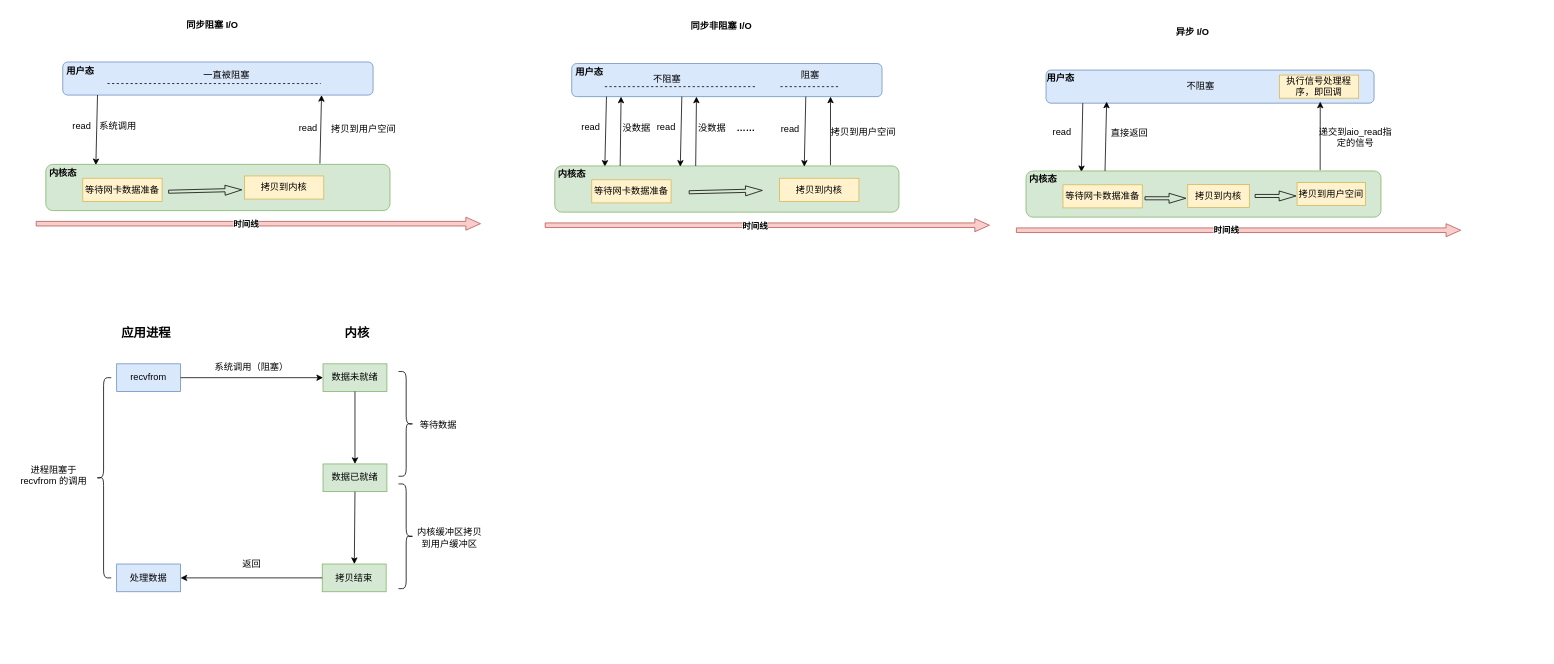
The draw.io diagram blog/IO.drawio in began-zhao/studydraw, before the edit. Source tidied: cells renumbered, new cells numbered last; positions are measured from the earlier drawing's top-left corner, leaving out a move shared by most shapes. Both pictures are drawn from the tidied source at 77%, with x=0, y=0 at pixel (13, 13).
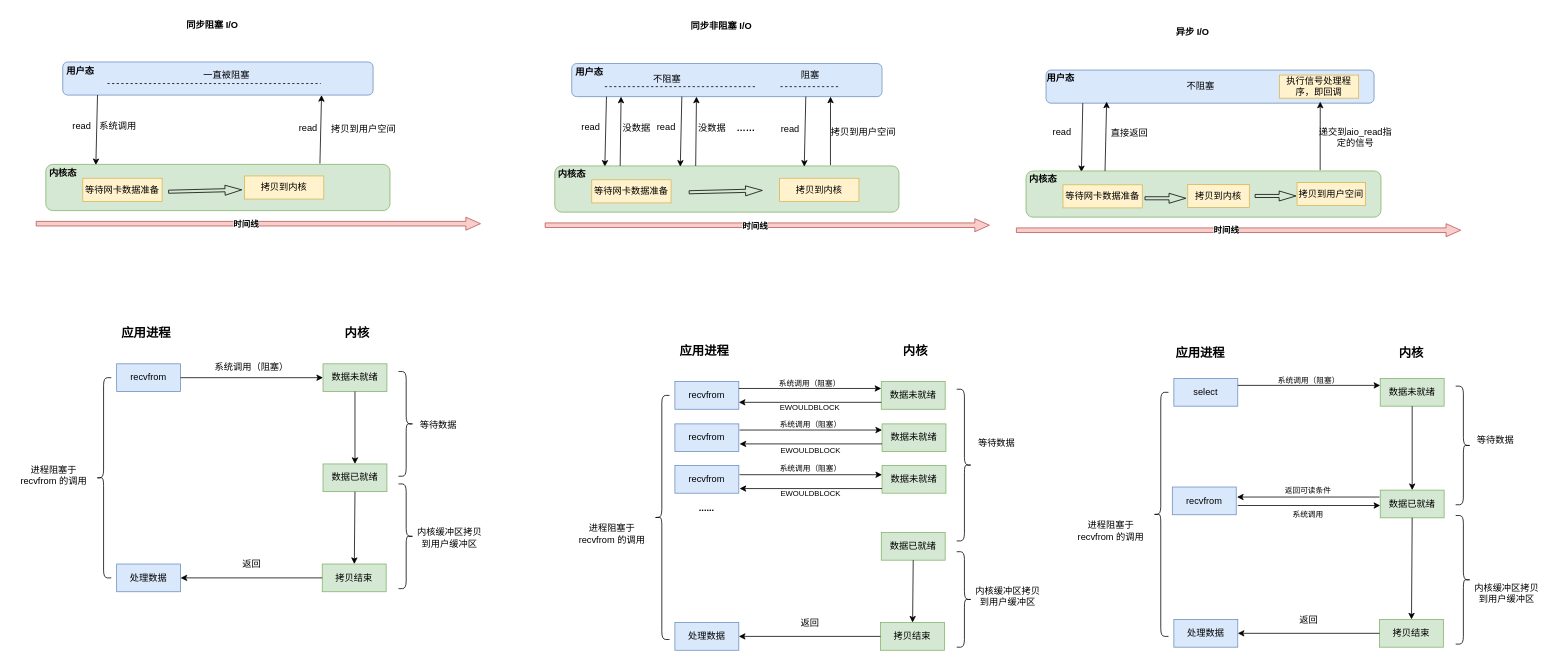
The same diagram, later.

The edit, as a diff of the source:
```diff
@@
+    <mxCell id="89" value="recvfrom" style="rounded=0;whiteSpace=wrap;html=1;fillColor=#dae8fc;strokeColor=#6c8ebf;" parent="1" vertex="1">
+      <mxGeometry x="859" y="478" width="83" height="36" as="geometry" />
+    </mxCell>
+    <mxCell id="90" value="数据未就绪" style="rounded=0;whiteSpace=wrap;html=1;fillColor=#d5e8d4;strokeColor=#82b366;" parent="1" vertex="1">
+      <mxGeometry x="1127" y="478" width="83" height="36" as="geometry" />
+    </mxCell>
+    <mxCell id="91" value="数据已就绪" style="rounded=0;whiteSpace=wrap;html=1;fillColor=#d5e8d4;strokeColor=#82b366;" parent="1" vertex="1">
+      <mxGeometry x="1127" y="674" width="83" height="36" as="geometry" />
+    </mxCell>
+    <mxCell id="92" value="拷贝结束" style="rounded=0;whiteSpace=wrap;html=1;fillColor=#d5e8d4;strokeColor=#82b366;" parent="1" vertex="1">
+      <mxGeometry x="1126" y="791" width="83" height="36" as="geometry" />
+    </mxCell>
+    <mxCell id="93" value="处理数据" style="rounded=0;whiteSpace=wrap;html=1;fillColor=#dae8fc;strokeColor=#6c8ebf;" parent="1" vertex="1">
+      <mxGeometry x="859" y="791" width="83" height="36" as="geometry" />
+    </mxCell>
+    <mxCell id="94" style="shape=curlyBracket;whiteSpace=wrap;html=1;rounded=1;flipH=1;labelPosition=right;verticalLabelPosition=middle;align=left;verticalAlign=middle;" parent="1" vertex="1">
+      <mxGeometry x="1225" y="488" width="20" height="197" as="geometry" />
+    </mxCell>
+    <mxCell id="95" value="等待数据" style="text;html=1;align=center;verticalAlign=middle;whiteSpace=wrap;rounded=0;" parent="1" vertex="1">
+      <mxGeometry x="1247" y="543" width="60" height="30" as="geometry" />
+    </mxCell>
+    <mxCell id="96" value="应用进程" style="text;strokeColor=none;fillColor=none;html=1;fontSize=16;fontStyle=1;verticalAlign=middle;align=center;" parent="1" vertex="1">
+      <mxGeometry x="845" y="418" width="104" height="40" as="geometry" />
+    </mxCell>
+    <mxCell id="97" value="内核" style="text;strokeColor=none;fillColor=none;html=1;fontSize=16;fontStyle=1;verticalAlign=middle;align=center;" parent="1" vertex="1">
+      <mxGeometry x="1119" y="418" width="104" height="40" as="geometry" />
+    </mxCell>
+    <mxCell id="98" style="endArrow=classic;html=1;rounded=0;exitX=1;exitY=0.5;exitDx=0;exitDy=0;entryX=0;entryY=0.5;entryDx=0;entryDy=0;" parent="1" edge="1">
+      <mxGeometry relative="1" as="geometry">
+        <mxPoint x="942" y="487" as="sourcePoint" />
+        <mxPoint x="1127" y="487" as="targetPoint" />
+      </mxGeometry>
+    </mxCell>
+    <mxCell id="99" value="系统调用（阻塞）" style="text;html=1;align=center;verticalAlign=middle;whiteSpace=wrap;rounded=0;fontSize=10;" parent="1" vertex="1">
+      <mxGeometry x="982" y="469" width="105" height="22" as="geometry" />
+    </mxCell>
+    <mxCell id="100" style="endArrow=classic;html=1;rounded=0;exitX=0;exitY=0.5;exitDx=0;exitDy=0;entryX=1;entryY=0.5;entryDx=0;entryDy=0;" parent="1" edge="1" source="92" target="93">
+      <mxGeometry relative="1" as="geometry" />
+    </mxCell>
+    <mxCell id="101" value="返回" style="text;html=1;align=center;verticalAlign=middle;whiteSpace=wrap;rounded=0;" parent="1" vertex="1">
+      <mxGeometry x="982" y="777" width="105" height="30" as="geometry" />
+    </mxCell>
+    <mxCell id="102" style="shape=curlyBracket;whiteSpace=wrap;html=1;rounded=1;flipH=1;labelPosition=right;verticalLabelPosition=middle;align=left;verticalAlign=middle;" parent="1" vertex="1">
+      <mxGeometry x="1225" y="699" width="20" height="124" as="geometry" />
+    </mxCell>
+    <mxCell id="103" value="内核缓冲区拷贝到用户缓冲区" style="text;html=1;align=center;verticalAlign=middle;whiteSpace=wrap;rounded=0;" parent="1" vertex="1">
+      <mxGeometry x="1247" y="742" width="89" height="30" as="geometry" />
+    </mxCell>
+    <mxCell id="104" style="shape=curlyBracket;whiteSpace=wrap;html=1;rounded=1;labelPosition=left;verticalLabelPosition=middle;align=right;verticalAlign=middle;" parent="1" vertex="1">
+      <mxGeometry x="832" y="496" width="20" height="317" as="geometry" />
+    </mxCell>
+    <mxCell id="105" value="进程阻塞于&lt;div&gt;recvfrom 的调用&lt;/div&gt;" style="text;html=1;align=center;verticalAlign=middle;whiteSpace=wrap;rounded=0;" parent="1" vertex="1">
+      <mxGeometry x="725" y="661" width="105" height="30" as="geometry" />
+    </mxCell>
+    <mxCell id="106" style="endArrow=classic;html=1;rounded=0;exitX=0.5;exitY=1;exitDx=0;exitDy=0;" parent="1" edge="1" source="91" target="92">
+      <mxGeometry relative="1" as="geometry" />
+    </mxCell>
+    <mxCell id="107" value="recvfrom" style="rounded=0;whiteSpace=wrap;html=1;fillColor=#dae8fc;strokeColor=#6c8ebf;" parent="1" vertex="1">
+      <mxGeometry x="859" y="587" width="83" height="36" as="geometry" />
+    </mxCell>
+    <mxCell id="108" value="recvfrom" style="rounded=0;whiteSpace=wrap;html=1;fillColor=#dae8fc;strokeColor=#6c8ebf;" parent="1" vertex="1">
+      <mxGeometry x="859" y="533" width="83" height="36" as="geometry" />
+    </mxCell>
+    <mxCell id="109" value="数据未就绪" style="rounded=0;whiteSpace=wrap;html=1;fillColor=#d5e8d4;strokeColor=#82b366;" parent="1" vertex="1">
+      <mxGeometry x="1128" y="533" width="83" height="36" as="geometry" />
+    </mxCell>
+    <mxCell id="110" value="数据未就绪" style="rounded=0;whiteSpace=wrap;html=1;fillColor=#d5e8d4;strokeColor=#82b366;" parent="1" vertex="1">
+      <mxGeometry x="1128" y="587" width="83" height="36" as="geometry" />
+    </mxCell>
+    <mxCell id="111" value="......" style="text;html=1;align=center;verticalAlign=middle;whiteSpace=wrap;rounded=0;fontStyle=1;" parent="1" vertex="1">
+      <mxGeometry x="848" y="628" width="105" height="30" as="geometry" />
+    </mxCell>
+    <mxCell id="112" style="endArrow=classic;html=1;rounded=0;entryX=1;entryY=0.75;entryDx=0;entryDy=0;exitX=0;exitY=0.75;exitDx=0;exitDy=0;" parent="1" edge="1" source="90" target="89">
+      <mxGeometry relative="1" as="geometry" />
+    </mxCell>
+    <mxCell id="113" value="EWOULDBLOCK" style="text;html=1;align=center;verticalAlign=middle;whiteSpace=wrap;rounded=0;fontSize=10;" parent="1" vertex="1">
+      <mxGeometry x="982" y="500" width="105" height="24" as="geometry" />
+    </mxCell>
+    <mxCell id="114" style="endArrow=classic;html=1;rounded=0;exitX=1;exitY=0.5;exitDx=0;exitDy=0;entryX=0;entryY=0.5;entryDx=0;entryDy=0;" parent="1" edge="1">
+      <mxGeometry relative="1" as="geometry">
+        <mxPoint x="943" y="541" as="sourcePoint" />
+        <mxPoint x="1128" y="541" as="targetPoint" />
+      </mxGeometry>
+    </mxCell>
+    <mxCell id="115" value="系统调用（阻塞）" style="text;html=1;align=center;verticalAlign=middle;whiteSpace=wrap;rounded=0;fontSize=10;" parent="1" vertex="1">
+      <mxGeometry x="983" y="522" width="105" height="22" as="geometry" />
+    </mxCell>
+    <mxCell id="116" style="endArrow=classic;html=1;rounded=0;entryX=1;entryY=0.75;entryDx=0;entryDy=0;exitX=0;exitY=0.75;exitDx=0;exitDy=0;" parent="1" edge="1">
+      <mxGeometry relative="1" as="geometry">
+        <mxPoint x="1128" y="559" as="sourcePoint" />
+        <mxPoint x="943" y="559" as="targetPoint" />
+      </mxGeometry>
+    </mxCell>
+    <mxCell id="117" value="EWOULDBLOCK" style="text;html=1;align=center;verticalAlign=middle;whiteSpace=wrap;rounded=0;fontSize=10;" parent="1" vertex="1">
+      <mxGeometry x="983" y="555" width="105" height="24" as="geometry" />
+    </mxCell>
+    <mxCell id="118" style="endArrow=classic;html=1;rounded=0;exitX=1;exitY=0.5;exitDx=0;exitDy=0;entryX=0;entryY=0.5;entryDx=0;entryDy=0;" parent="1" edge="1">
+      <mxGeometry relative="1" as="geometry">
+        <mxPoint x="943" y="599" as="sourcePoint" />
+        <mxPoint x="1128" y="599" as="targetPoint" />
+      </mxGeometry>
+    </mxCell>
+    <mxCell id="119" value="系统调用（阻塞）" style="text;html=1;align=center;verticalAlign=middle;whiteSpace=wrap;rounded=0;fontSize=10;" parent="1" vertex="1">
+      <mxGeometry x="983" y="580" width="105" height="22" as="geometry" />
+    </mxCell>
+    <mxCell id="120" style="endArrow=classic;html=1;rounded=0;entryX=1;entryY=0.75;entryDx=0;entryDy=0;exitX=0;exitY=0.75;exitDx=0;exitDy=0;" parent="1" edge="1">
+      <mxGeometry relative="1" as="geometry">
+        <mxPoint x="1128" y="617" as="sourcePoint" />
+        <mxPoint x="943" y="617" as="targetPoint" />
+      </mxGeometry>
+    </mxCell>
+    <mxCell id="121" value="EWOULDBLOCK" style="text;html=1;align=center;verticalAlign=middle;whiteSpace=wrap;rounded=0;fontSize=10;" parent="1" vertex="1">
+      <mxGeometry x="982.5" y="611" width="105" height="24" as="geometry" />
+    </mxCell>
+    <mxCell id="122" value="select" style="rounded=0;whiteSpace=wrap;html=1;fillColor=#dae8fc;strokeColor=#6c8ebf;" parent="1" vertex="1">
+      <mxGeometry x="1507" y="474" width="83" height="36" as="geometry" />
+    </mxCell>
+    <mxCell id="123" value="数据未就绪" style="rounded=0;whiteSpace=wrap;html=1;fillColor=#d5e8d4;strokeColor=#82b366;" parent="1" vertex="1">
+      <mxGeometry x="1775" y="474" width="83" height="36" as="geometry" />
+    </mxCell>
+    <mxCell id="124" value="数据已就绪" style="rounded=0;whiteSpace=wrap;html=1;fillColor=#d5e8d4;strokeColor=#82b366;" parent="1" vertex="1">
+      <mxGeometry x="1775" y="619" width="83" height="36" as="geometry" />
+    </mxCell>
+    <mxCell id="125" value="拷贝结束" style="rounded=0;whiteSpace=wrap;html=1;fillColor=#d5e8d4;strokeColor=#82b366;" parent="1" vertex="1">
+      <mxGeometry x="1774" y="787" width="83" height="36" as="geometry" />
+    </mxCell>
+    <mxCell id="126" value="处理数据" style="rounded=0;whiteSpace=wrap;html=1;fillColor=#dae8fc;strokeColor=#6c8ebf;" parent="1" vertex="1">
+      <mxGeometry x="1507" y="787" width="83" height="36" as="geometry" />
+    </mxCell>
+    <mxCell id="127" style="shape=curlyBracket;whiteSpace=wrap;html=1;rounded=1;flipH=1;labelPosition=right;verticalLabelPosition=middle;align=left;verticalAlign=middle;" parent="1" vertex="1">
+      <mxGeometry x="1873" y="484" width="20" height="154" as="geometry" />
+    </mxCell>
+    <mxCell id="128" value="等待数据" style="text;html=1;align=center;verticalAlign=middle;whiteSpace=wrap;rounded=0;" parent="1" vertex="1">
+      <mxGeometry x="1895" y="539" width="60" height="30" as="geometry" />
+    </mxCell>
+    <mxCell id="129" style="endArrow=classic;html=1;rounded=0;exitX=1;exitY=0.5;exitDx=0;exitDy=0;entryX=0;entryY=0.5;entryDx=0;entryDy=0;" parent="1" edge="1">
+      <mxGeometry relative="1" as="geometry">
+        <mxPoint x="1590" y="483" as="sourcePoint" />
+        <mxPoint x="1775" y="483" as="targetPoint" />
+      </mxGeometry>
+    </mxCell>
+    <mxCell id="130" value="系统调用（阻塞）" style="text;html=1;align=center;verticalAlign=middle;whiteSpace=wrap;rounded=0;fontSize=10;" parent="1" vertex="1">
+      <mxGeometry x="1630" y="465" width="105" height="22" as="geometry" />
+    </mxCell>
+    <mxCell id="131" style="endArrow=classic;html=1;rounded=0;exitX=0;exitY=0.5;exitDx=0;exitDy=0;entryX=1;entryY=0.5;entryDx=0;entryDy=0;" parent="1" edge="1" source="125" target="126">
+      <mxGeometry relative="1" as="geometry" />
+    </mxCell>
+    <mxCell id="132" value="返回" style="text;html=1;align=center;verticalAlign=middle;whiteSpace=wrap;rounded=0;" parent="1" vertex="1">
+      <mxGeometry x="1630" y="773" width="105" height="30" as="geometry" />
+    </mxCell>
+    <mxCell id="133" style="shape=curlyBracket;whiteSpace=wrap;html=1;rounded=1;flipH=1;labelPosition=right;verticalLabelPosition=middle;align=left;verticalAlign=middle;" parent="1" vertex="1">
+      <mxGeometry x="1873" y="652" width="20" height="167" as="geometry" />
+    </mxCell>
+    <mxCell id="134" value="内核缓冲区拷贝到用户缓冲区" style="text;html=1;align=center;verticalAlign=middle;whiteSpace=wrap;rounded=0;" parent="1" vertex="1">
+      <mxGeometry x="1895" y="738" width="89" height="30" as="geometry" />
+    </mxCell>
+    <mxCell id="135" style="shape=curlyBracket;whiteSpace=wrap;html=1;rounded=1;labelPosition=left;verticalLabelPosition=middle;align=right;verticalAlign=middle;" parent="1" vertex="1">
+      <mxGeometry x="1480" y="492" width="20" height="317" as="geometry" />
+    </mxCell>
+    <mxCell id="136" value="进程阻塞于&lt;div&gt;recvfrom 的调用&lt;/div&gt;" style="text;html=1;align=center;verticalAlign=middle;whiteSpace=wrap;rounded=0;" parent="1" vertex="1">
+      <mxGeometry x="1373" y="657" width="105" height="30" as="geometry" />
+    </mxCell>
+    <mxCell id="137" style="endArrow=classic;html=1;rounded=0;exitX=0.5;exitY=1;exitDx=0;exitDy=0;" parent="1" edge="1" source="124" target="125">
+      <mxGeometry relative="1" as="geometry" />
+    </mxCell>
+    <mxCell id="138" value="recvfrom" style="rounded=0;whiteSpace=wrap;html=1;fillColor=#dae8fc;strokeColor=#6c8ebf;" parent="1" vertex="1">
+      <mxGeometry x="1505" y="615" width="83" height="36" as="geometry" />
+    </mxCell>
+    <mxCell id="139" style="endArrow=classic;html=1;rounded=0;exitX=1;exitY=0.5;exitDx=0;exitDy=0;entryX=0;entryY=0.5;entryDx=0;entryDy=0;" parent="1" edge="1">
+      <mxGeometry relative="1" as="geometry">
+        <mxPoint x="1590" y="639" as="sourcePoint" />
+        <mxPoint x="1775" y="639" as="targetPoint" />
+      </mxGeometry>
+    </mxCell>
+    <mxCell id="140" value="返回可读条件" style="text;html=1;align=center;verticalAlign=middle;whiteSpace=wrap;rounded=0;fontSize=10;" parent="1" vertex="1">
+      <mxGeometry x="1629" y="608" width="105" height="22" as="geometry" />
+    </mxCell>
+    <mxCell id="141" style="endArrow=classic;html=1;rounded=0;entryX=1;entryY=0.75;entryDx=0;entryDy=0;exitX=0;exitY=0.75;exitDx=0;exitDy=0;" parent="1" edge="1">
+      <mxGeometry relative="1" as="geometry">
+        <mxPoint x="1774" y="628" as="sourcePoint" />
+        <mxPoint x="1589" y="628" as="targetPoint" />
+      </mxGeometry>
+    </mxCell>
+    <mxCell id="142" value="系统调用" style="text;html=1;align=center;verticalAlign=middle;whiteSpace=wrap;rounded=0;fontSize=10;" parent="1" vertex="1">
+      <mxGeometry x="1628.5" y="639" width="105" height="24" as="geometry" />
+    </mxCell>
+    <mxCell id="143" style="endArrow=classic;html=1;rounded=0;exitX=0.5;exitY=1;exitDx=0;exitDy=0;entryX=0.5;entryY=0;entryDx=0;entryDy=0;" parent="1" edge="1" source="123" target="124">
+      <mxGeometry relative="1" as="geometry" />
+    </mxCell>
+    <mxCell id="144" value="应用进程" style="text;strokeColor=none;fillColor=none;html=1;fontSize=16;fontStyle=1;verticalAlign=middle;align=center;" parent="1" vertex="1">
+      <mxGeometry x="1489" y="421" width="104" height="40" as="geometry" />
+    </mxCell>
+    <mxCell id="145" value="内核" style="text;strokeColor=none;fillColor=none;html=1;fontSize=16;fontStyle=1;verticalAlign=middle;align=center;" parent="1" vertex="1">
+      <mxGeometry x="1763" y="421" width="104" height="40" as="geometry" />
+    </mxCell>
```
